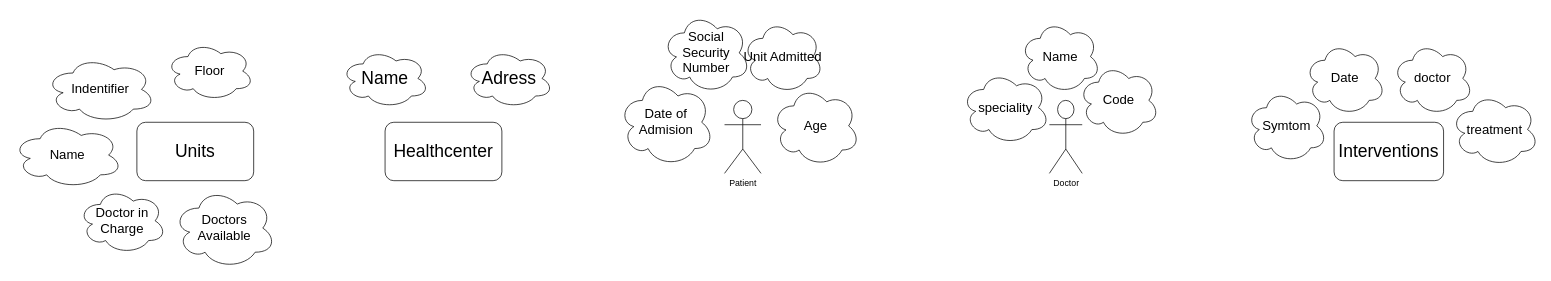
Before: page "Page-1" (1 of 4) of HealthCenter.drawio in LeDaniii/CF-DBDev-cekic-matzer, a draw.io diagram. Source tidied: cells renumbered, new cells numbered last; positions are measured from the earlier drawing's top-left corner, leaving out a move shared by most shapes. Both pictures are drawn from the tidied source at 73%, with x=0, y=0 at pixel (12, 12).
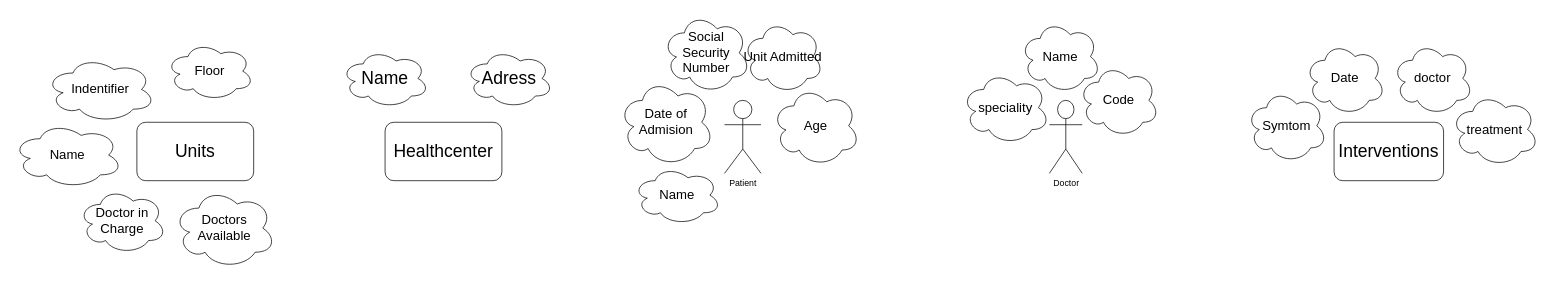
The same diagram, later.

Diff of the diagram source:
```diff
@@
+    <mxCell id="25" value="&lt;font style=&quot;font-size: 18px&quot;&gt;Name&lt;/font&gt;" style="ellipse;shape=cloud;whiteSpace=wrap;html=1;" parent="1" vertex="1">
+      <mxGeometry x="850" y="210" width="120" height="80" as="geometry" />
+    </mxCell>
```
